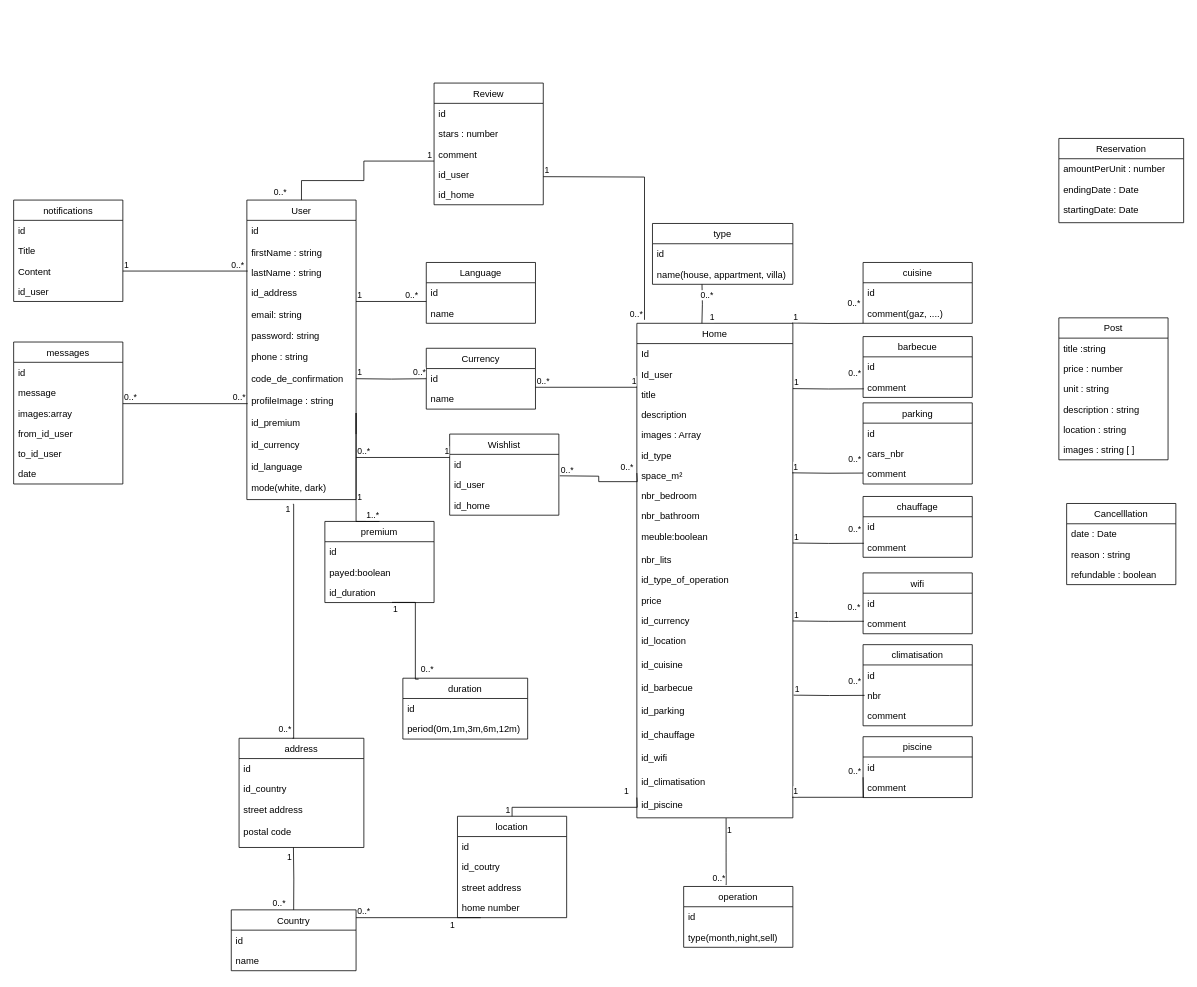
Earlier version of the draw.io diagram Diagramme sans nom.drawio (aymenmissaouii/test). Source tidied: cells renumbered, new cells numbered last; positions are measured from the earlier drawing's top-left corner, leaving out a move shared by most shapes. Both pictures are drawn from the tidied source at 78%, with x=0, y=0 at pixel (13, 83).
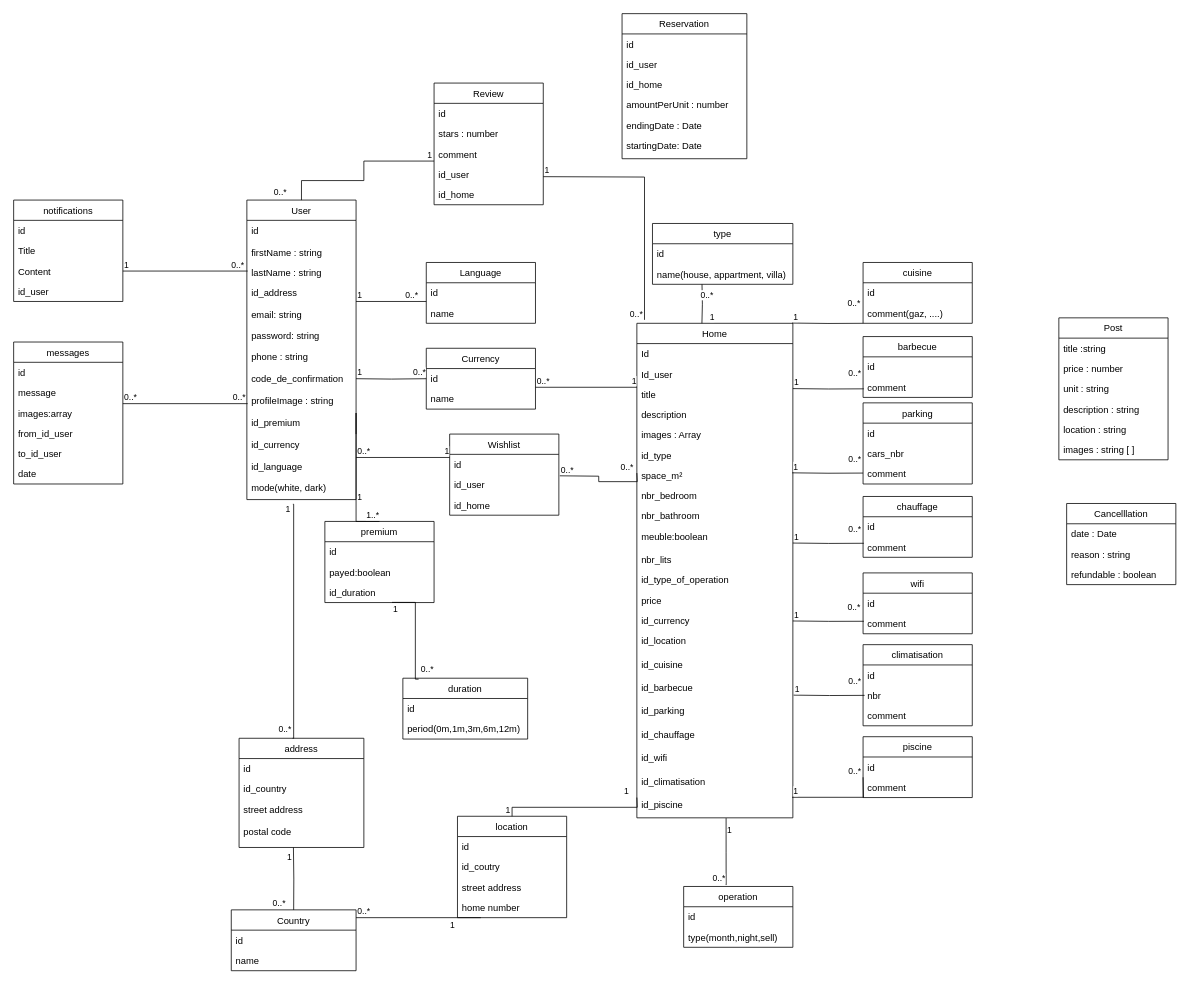
Above is the later version.

Commit message (it also covers changes not shown here):
Mettre à jour Diagramme sans nom.drawio

The edit, as a diff of the source:
```diff
@@
     <mxCell id="23" value="Reservation" style="swimlane;fontStyle=0;horizontal=1;startSize=26;fillColor=none;" parent="1" vertex="1">
-      <mxGeometry x="1340" y="71" width="160" height="108" as="geometry" />
+      <mxGeometry x="780" y="-89" width="160" height="186" as="geometry" />
     </mxCell>
+    <mxCell id="202" value="id" style="text;strokeColor=none;fillColor=none;align=left;verticalAlign=top;spacingLeft=4;spacingRight=4;overflow=hidden;" parent="23" vertex="1">
+      <mxGeometry y="26" width="160" height="26" as="geometry" />
+    </mxCell>
-    <mxCell id="24" value="amountPerUnit : number" style="text;strokeColor=none;fillColor=none;align=left;verticalAlign=top;spacingLeft=4;spacingRight=4;overflow=hidden;" parent="23" vertex="1">
-      <mxGeometry y="26" width="160" height="26" as="geometry" />
+    <mxCell id="24" value="id_user" style="text;strokeColor=none;fillColor=none;align=left;verticalAlign=top;spacingLeft=4;spacingRight=4;overflow=hidden;" parent="23" vertex="1">
+      <mxGeometry y="52" width="160" height="26" as="geometry" />
     </mxCell>
+    <mxCell id="203" value="id_home" style="text;strokeColor=none;fillColor=none;align=left;verticalAlign=top;spacingLeft=4;spacingRight=4;overflow=hidden;" parent="23" vertex="1">
+      <mxGeometry y="78" width="160" height="26" as="geometry" />
+    </mxCell>
+    <mxCell id="204" value="amountPerUnit : number" style="text;strokeColor=none;fillColor=none;align=left;verticalAlign=top;spacingLeft=4;spacingRight=4;overflow=hidden;" parent="23" vertex="1">
+      <mxGeometry y="104" width="160" height="26" as="geometry" />
+    </mxCell>
     <mxCell id="25" value="endingDate : Date" style="text;strokeColor=none;fillColor=none;align=left;verticalAlign=top;spacingLeft=4;spacingRight=4;overflow=hidden;" parent="23" vertex="1">
-      <mxGeometry y="52" width="160" height="26" as="geometry" />
+      <mxGeometry y="130" width="160" height="26" as="geometry" />
     </mxCell>
     <mxCell id="26" value="startingDate: Date" style="text;strokeColor=none;fillColor=none;align=left;verticalAlign=top;spacingLeft=4;spacingRight=4;overflow=hidden;" parent="23" vertex="1">
-      <mxGeometry y="78" width="160" height="30" as="geometry" />
+      <mxGeometry y="156" width="160" height="30" as="geometry" />
     </mxCell>
```
